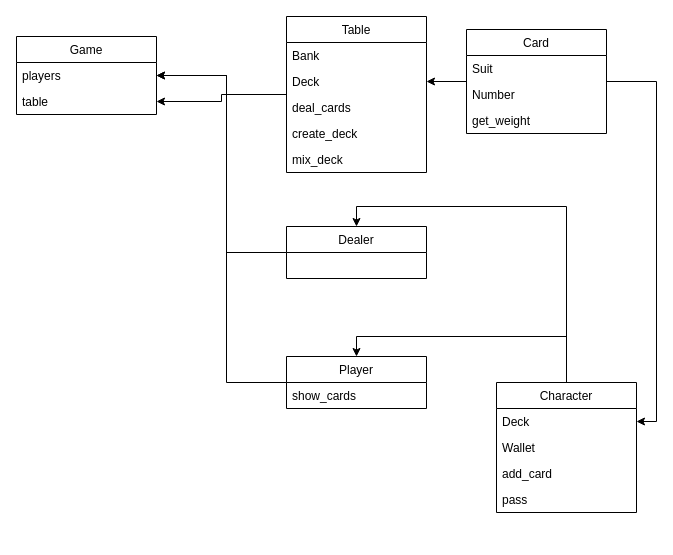
This is Untitled Diagram.drawio from MiKaMoRe/Course, a draw.io file, before an edit. Source tidied: cells renumbered, new cells numbered last; positions are measured from the earlier drawing's top-left corner, leaving out a move shared by most shapes. Both pictures are drawn from the tidied source at 100%, with x=0, y=0 at pixel (16, 16).
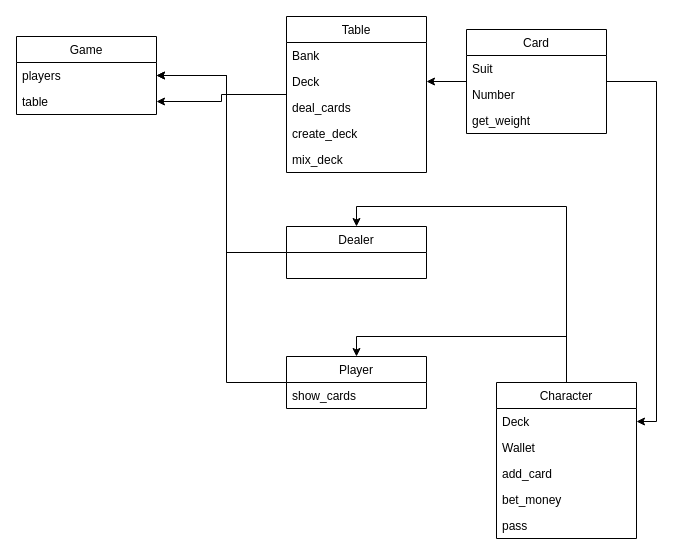
Above is the later version.

Diff of the diagram source:
```diff
@@
     <mxCell id="22" value="Character" style="swimlane;fontStyle=0;horizontal=1;startSize=26;fillColor=none;" parent="1" vertex="1">
-      <mxGeometry x="480" y="366" width="140" height="130" as="geometry" />
+      <mxGeometry x="480" y="366" width="140" height="156" as="geometry" />
     </mxCell>
@@
+    <mxCell id="30" value="bet_money" style="text;strokeColor=none;fillColor=none;align=left;verticalAlign=top;spacingLeft=4;spacingRight=4;overflow=hidden;" parent="22" vertex="1">
+      <mxGeometry y="104" width="140" height="26" as="geometry" />
+    </mxCell>
     <mxCell id="26" value="pass" style="text;strokeColor=none;fillColor=none;align=left;verticalAlign=top;spacingLeft=4;spacingRight=4;overflow=hidden;" parent="22" vertex="1">
-      <mxGeometry y="104" width="140" height="26" as="geometry" />
+      <mxGeometry y="130" width="140" height="26" as="geometry" />
     </mxCell>
```
